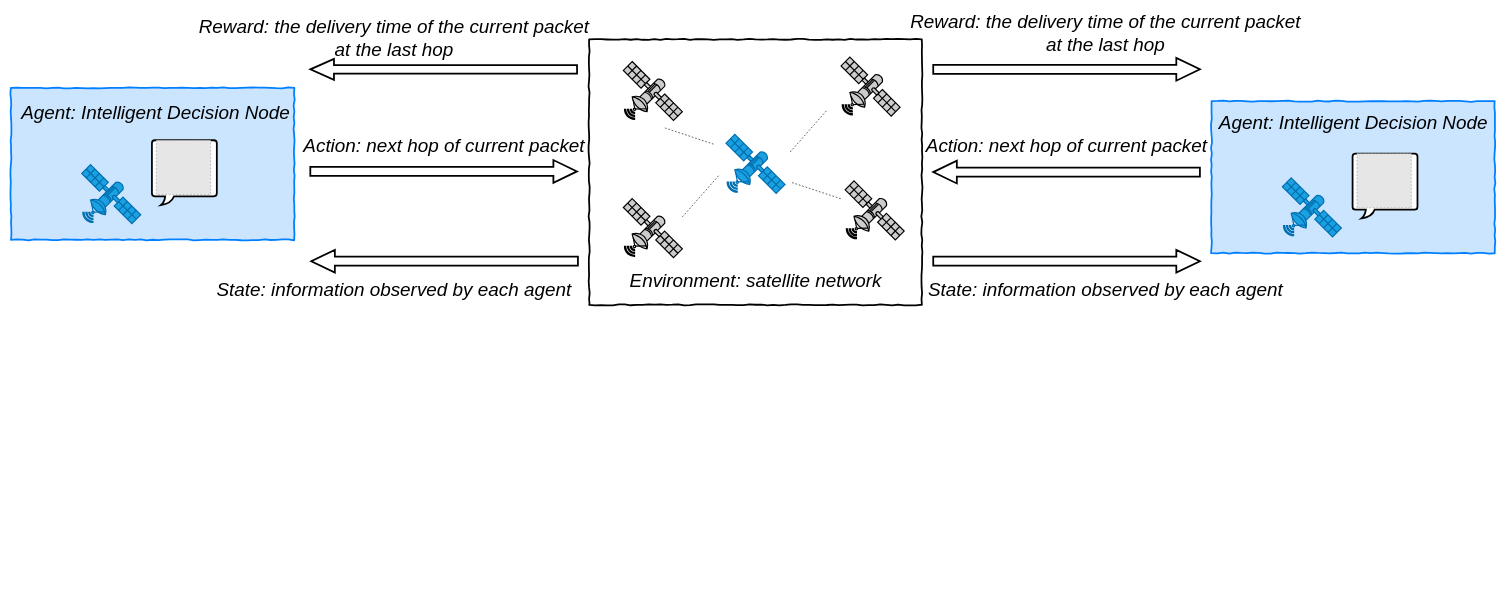
The draw.io diagram page "算法2RL" (15 of 16) of drawio.drawio in peachhhhh/satellite, before the edit. Source tidied: cells renumbered, new cells numbered last; positions are measured from the earlier drawing's top-left corner, leaving out a move shared by most shapes. Both pictures are drawn from the tidied source at 59%, with x=0, y=0 at pixel (11, -64). Pictures stored in the file or linked from it are replaced by grey dashed boxes.
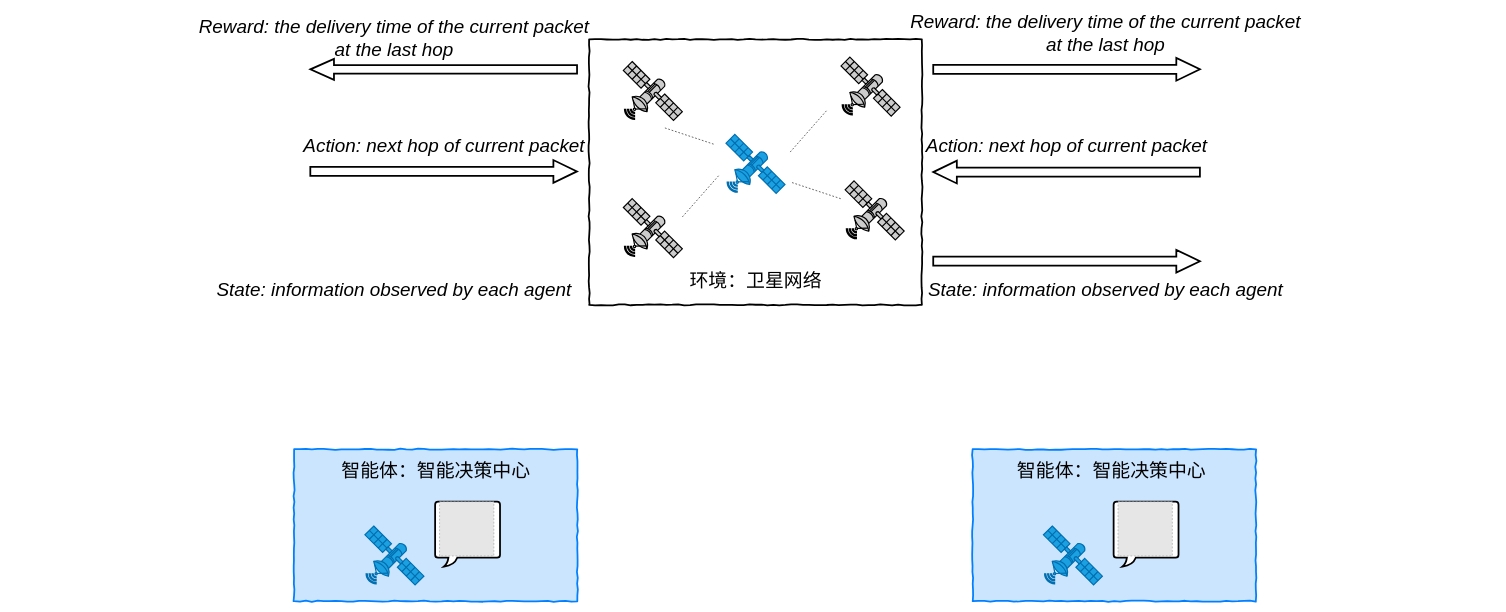
After the change.

Change to the diagram source:
```diff
@@
-    <mxCell id="2" style="html=1;shadow=0;dashed=0;align=center;verticalAlign=middle;shape=mxgraph.arrows2.arrow;dy=0.6;dx=40;direction=north;notch=0;strokeWidth=3;rotation=-90;" parent="1" vertex="1">
-      <mxGeometry x="715.8" y="325.2" width="38.5" height="452" as="geometry" />
-    </mxCell>
@@
     <mxCell id="4" style="rounded=0;whiteSpace=wrap;html=1;comic=1;strokeWidth=3;gradientColor=none;fontSize=28;strokeColor=#007FFF;labelBackgroundColor=none;labelBorderColor=none;fillColor=#CCE5FF;" parent="1" vertex="1">
-      <mxGeometry y="257.5" width="480" height="257.5" as="geometry" />
+      <mxGeometry x="1630" y="870" width="480" height="257.5" as="geometry" />
     </mxCell>
     <mxCell id="5" style="whiteSpace=wrap;html=1;shape=mxgraph.basic.roundRectCallout;dx=30;dy=15;size=5;boundedLbl=1;strokeWidth=3;" parent="1" vertex="1">
-      <mxGeometry x="239" y="346.2" width="110" height="110" as="geometry" />
+      <mxGeometry x="1869" y="958.8" width="110" height="110" as="geometry" />
     </mxCell>
     <mxCell id="6" style="fillColor=#E6E6E6;strokeColor=#999999;dashed=1;html=1;verticalAlign=top;verticalLabelPosition=bottom;labelBackgroundColor=#ffffff;" parent="1" vertex="1">
-      <mxGeometry x="246.5" y="346.2" width="92" height="92" as="geometry" />
+      <mxGeometry x="1876.5" y="958.8" width="92" height="92" as="geometry" />
     </mxCell>
@@
-    <mxCell id="11" value="&lt;div style=&quot;font-size: 32px;&quot;&gt;Agent: Intelligent&amp;nbsp;&lt;span style=&quot;font-size: 32px;&quot;&gt;Decision Node&lt;/span&gt;&lt;/div&gt;" style="text;html=1;align=center;verticalAlign=middle;fontSize=32;fontColor=#000000;fontStyle=2;" parent="1" vertex="1">
-      <mxGeometry x="10" y="280" width="470" height="40" as="geometry" />
+    <mxCell id="11" value="&lt;div style=&quot;font-size: 32px&quot;&gt;&lt;span style=&quot;font-style: normal&quot;&gt;智能体：智能决策中心&lt;/span&gt;&lt;br&gt;&lt;/div&gt;" style="text;html=1;align=center;verticalAlign=middle;fontSize=32;fontColor=#000000;fontStyle=2;" parent="1" vertex="1">
+      <mxGeometry x="1695" y="886.2" width="340" height="40" as="geometry" />
     </mxCell>
     <mxCell id="12" style="fontColor=#ffffff;verticalAlign=top;verticalLabelPosition=bottom;labelPosition=center;align=center;html=1;fillColor=#1ba1e2;strokeColor=#006EAF;gradientDirection=north;strokeWidth=2;shape=mxgraph.networks.satellite;rounded=1;shadow=0;comic=0;" parent="1" vertex="1">
-      <mxGeometry x="120" y="387.5" width="100" height="100" as="geometry" />
+      <mxGeometry x="1750" y="1000" width="100" height="100" as="geometry" />
     </mxCell>
@@
-    <mxCell id="22" value="&lt;div style=&quot;font-size: 32px;&quot;&gt;Environment: satellite network&lt;/div&gt;" style="text;html=1;align=center;verticalAlign=middle;fontSize=32;fontColor=#000000;fontStyle=2;" parent="1" vertex="1">
-      <mxGeometry x="1042" y="565.2" width="440" height="40" as="geometry" />
+    <mxCell id="22" value="&lt;div style=&quot;font-size: 32px&quot;&gt;&lt;span style=&quot;font-style: normal&quot;&gt;环境：卫星网络&lt;/span&gt;&lt;/div&gt;" style="text;html=1;align=center;verticalAlign=middle;fontSize=32;fontColor=#000000;fontStyle=2;" parent="1" vertex="1">
+      <mxGeometry x="1142" y="565.2" width="240" height="40" as="geometry" />
     </mxCell>
     <mxCell id="23" style="rounded=0;whiteSpace=wrap;html=1;comic=1;strokeWidth=3;gradientColor=none;fontSize=28;strokeColor=#007FFF;labelBackgroundColor=none;labelBorderColor=none;fillColor=#CCE5FF;" parent="1" vertex="1">
-      <mxGeometry x="2035" y="280" width="480" height="257.5" as="geometry" />
+      <mxGeometry x="480" y="870" width="480" height="257.5" as="geometry" />
     </mxCell>
     <mxCell id="24" style="whiteSpace=wrap;html=1;shape=mxgraph.basic.roundRectCallout;dx=30;dy=15;size=5;boundedLbl=1;strokeWidth=3;" parent="1" vertex="1">
-      <mxGeometry x="2274" y="368.8" width="110" height="110" as="geometry" />
+      <mxGeometry x="719" y="958.8" width="110" height="110" as="geometry" />
     </mxCell>
     <mxCell id="25" style="fillColor=#E6E6E6;strokeColor=#999999;dashed=1;html=1;verticalAlign=top;verticalLabelPosition=bottom;labelBackgroundColor=#ffffff;" parent="1" vertex="1">
-      <mxGeometry x="2281.5" y="368.8" width="92" height="92" as="geometry" />
+      <mxGeometry x="726.5" y="958.8" width="92" height="92" as="geometry" />
     </mxCell>
-    <mxCell id="26" value="&lt;div style=&quot;font-size: 32px;&quot;&gt;Agent: Intelligent&amp;nbsp;&lt;span style=&quot;font-size: 32px;&quot;&gt;Decision Node&lt;/span&gt;&lt;/div&gt;" style="text;html=1;align=center;verticalAlign=middle;fontSize=32;fontColor=#000000;fontStyle=2;" parent="1" vertex="1">
-      <mxGeometry x="2040" y="296.2" width="470" height="40" as="geometry" />
+    <mxCell id="26" value="&lt;div style=&quot;font-size: 32px&quot;&gt;&lt;span style=&quot;font-style: normal&quot;&gt;智能体：智能决策中心&lt;/span&gt;&lt;/div&gt;" style="text;html=1;align=center;verticalAlign=middle;fontSize=32;fontColor=#000000;fontStyle=2;" parent="1" vertex="1">
+      <mxGeometry x="550" y="886.2" width="340" height="40" as="geometry" />
     </mxCell>
     <mxCell id="27" style="fontColor=#ffffff;verticalAlign=top;verticalLabelPosition=bottom;labelPosition=center;align=center;html=1;fillColor=#1ba1e2;strokeColor=#006EAF;gradientDirection=north;strokeWidth=2;shape=mxgraph.networks.satellite;rounded=1;shadow=0;comic=0;" parent="1" vertex="1">
-      <mxGeometry x="2155" y="410" width="100" height="100" as="geometry" />
+      <mxGeometry x="600" y="1000" width="100" height="100" as="geometry" />
     </mxCell>
```
